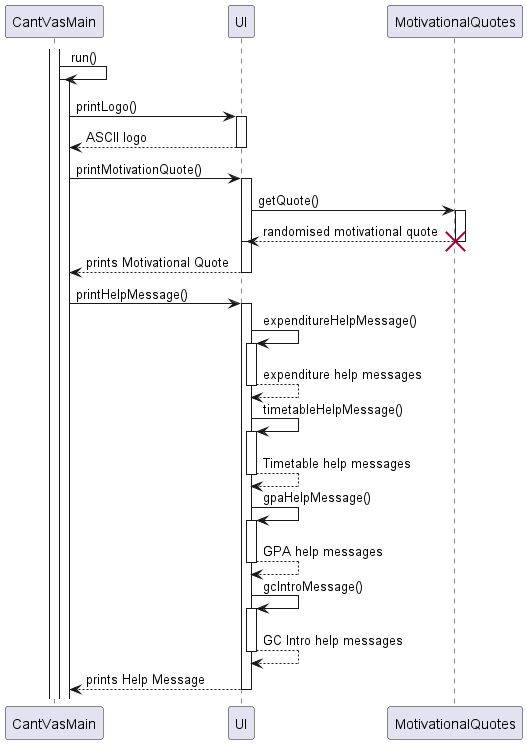
This is docs/diagrams/sequencediagram/UISD.png from nyh3/tp, a PlantUML export, as it was before one commit. Source of this version:
```plantuml
@startuml

autoactivate on
participant "CantVasMain" as CantVasMain
participant "UI" as UI
participant "MotivationalQuotes" as MotivationalQuotes

activate CantVasMain

CantVasMain -> CantVasMain: run()
activate CantVasMain

CantVasMain -> UI: printLogo()
return ASCII logo


CantVasMain -> UI: printMotivationQuote()
activate UI

UI -> MotivationalQuotes: getQuote()
activate MotivationalQuotes
UI <-- MotivationalQuotes: randomised motivational quote
destroy MotivationalQuotes

deactivate UI

CantVasMain <-- UI: prints Motivational Quote

CantVasMain -> UI: printHelpMessage()
activate UI
UI -> UI:expenditureHelpMessage()
return expenditure help messages
UI -> UI:timetableHelpMessage()
return Timetable help messages
UI -> UI:gpaHelpMessage()
return GPA help messages
UI -> UI:gcIntroMessage()
return GC Intro help messages
CantVasMain <-- UI: prints Help Message

deactivate UI




@enduml
```
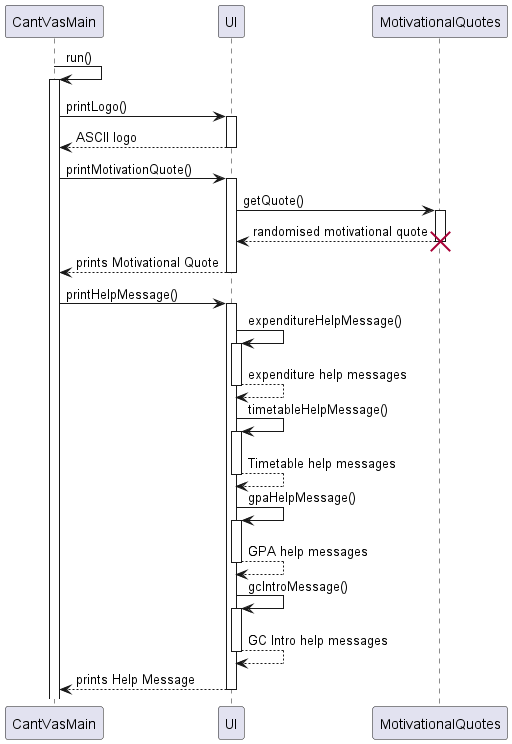
After the change.

Commit message:
updated sequence diagrams

Change to the diagram source:
```diff
@@ -5,29 +5,29 @@
 participant "UI" as UI
 participant "MotivationalQuotes" as MotivationalQuotes
 
-activate CantVasMain
+
 
 CantVasMain -> CantVasMain: run()
-activate CantVasMain
+
 
 CantVasMain -> UI: printLogo()
 return ASCII logo
 
 
 CantVasMain -> UI: printMotivationQuote()
-activate UI
+
 
 UI -> MotivationalQuotes: getQuote()
-activate MotivationalQuotes
+
 UI <-- MotivationalQuotes: randomised motivational quote
 destroy MotivationalQuotes
 
-deactivate UI
+
 
 CantVasMain <-- UI: prints Motivational Quote
 
 CantVasMain -> UI: printHelpMessage()
-activate UI
+
 UI -> UI:expenditureHelpMessage()
 return expenditure help messages
 UI -> UI:timetableHelpMessage()
@@ -38,7 +38,6 @@
 return GC Intro help messages
 CantVasMain <-- UI: prints Help Message
 
-deactivate UI
 
 
 
```
